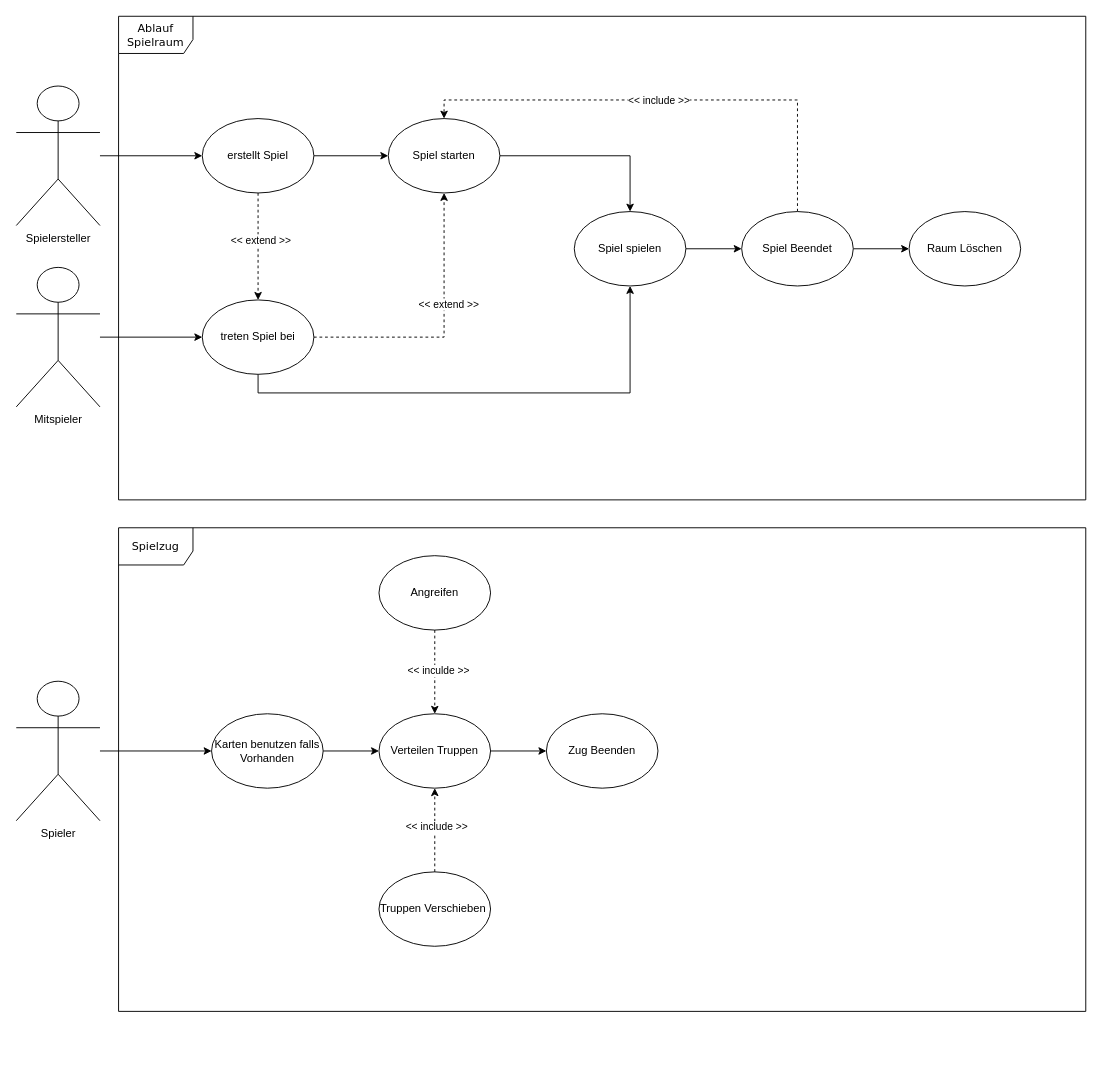
This is SoftwareEngineeringStuff/UseCaseDiagramm/UseCaseDiagramm.drawio from Matthiasbit/caesars-gambit, a draw.io file, before an edit. Source tidied: cells renumbered, new cells numbered last; positions are measured from the earlier drawing's top-left corner, leaving out a move shared by most shapes. Both pictures are drawn from the tidied source at 93%, with x=0, y=0 at pixel (16, 16).
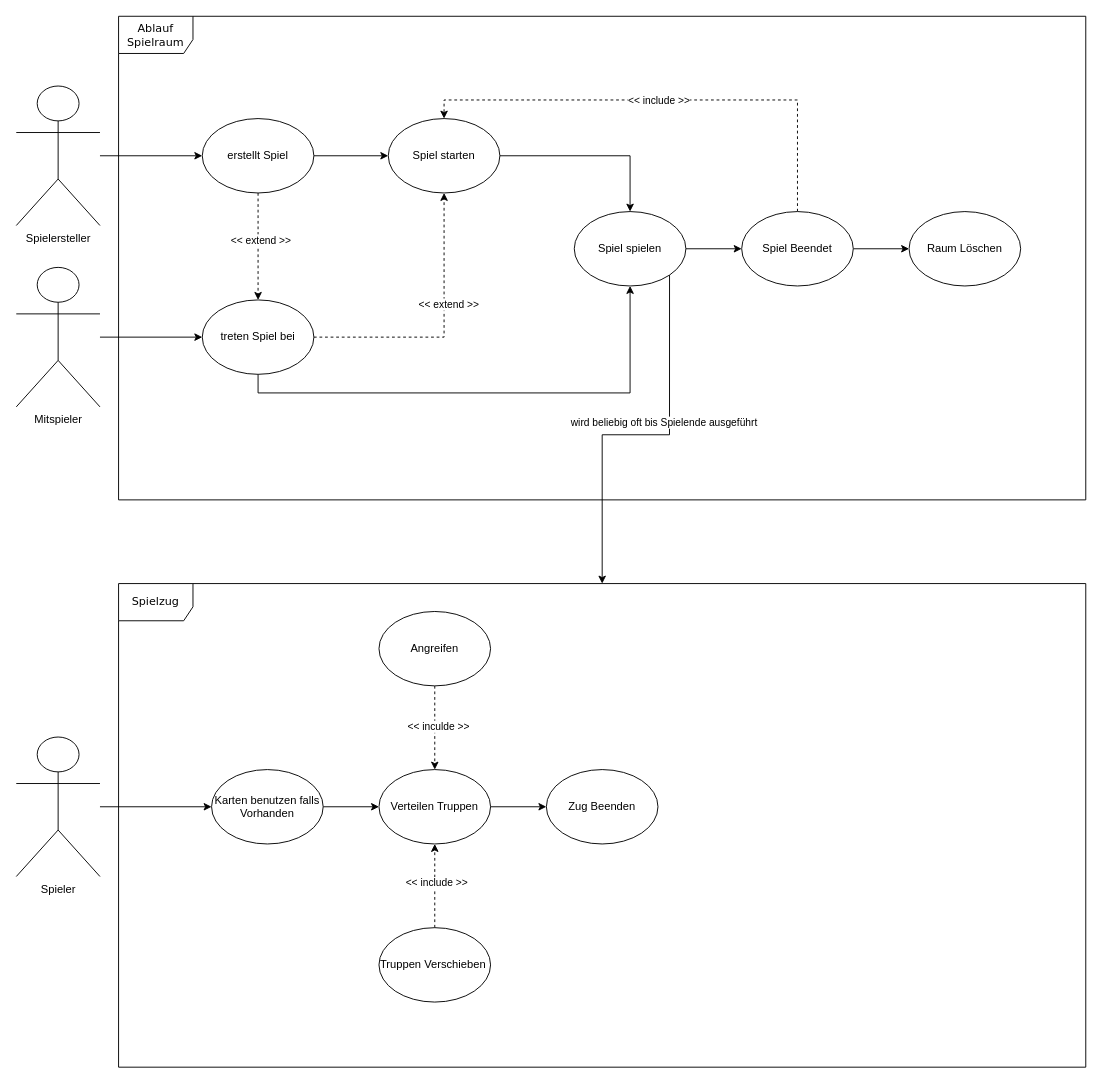
After the change.

Unchanged cells that the change refers to:
```xml
<mxCell id="18" value="Spiel spielen" style="ellipse;whiteSpace=wrap;html=1;" parent="1" vertex="1">
  <mxGeometry x="600" y="210" width="120" height="80" as="geometry" />
</mxCell>
```

What changed in the source:
```diff
@@
+    <mxCell id="38" style="edgeStyle=orthogonalEdgeStyle;rounded=0;jettySize=auto;html=1;exitX=1;exitY=1;exitDx=0;exitDy=0;" parent="1" edge="1" source="18" target="24">
+      <mxGeometry relative="1" as="geometry" />
+    </mxCell>
+    <mxCell id="39" value="wird beliebig oft bis Spielende ausgeführt&amp;nbsp;" style="edgeLabel;html=1;align=center;verticalAlign=middle;" parent="38" vertex="1">
+      <mxGeometry x="-0.22" y="-5" relative="1" as="geometry" />
+    </mxCell>
@@
     <mxCell id="24" value="Spielzug" style="shape=umlFrame;whiteSpace=wrap;html=1;rounded=1;shadow=0;comic=0;labelBackgroundColor=none;strokeWidth=1;fontFamily=Verdana;fontSize=12;align=center;width=80;height=40;" parent="1" vertex="1">
-      <mxGeometry x="110" y="550" width="1040" height="520" as="geometry" />
+      <mxGeometry x="110" y="610" width="1040" height="520" as="geometry" />
     </mxCell>
@@
     <mxCell id="26" value="Spieler" style="shape=umlActor;verticalLabelPosition=bottom;verticalAlign=top;html=1;" parent="1" vertex="1">
-      <mxGeometry y="715" width="90" height="150" as="geometry" />
+      <mxGeometry y="775" width="90" height="150" as="geometry" />
     </mxCell>
@@
     <mxCell id="28" value="Karten benutzen falls Vorhanden" style="ellipse;whiteSpace=wrap;html=1;" parent="1" vertex="1">
-      <mxGeometry x="210" y="750" width="120" height="80" as="geometry" />
+      <mxGeometry x="210" y="810" width="120" height="80" as="geometry" />
     </mxCell>
@@
     <mxCell id="30" value="Verteilen Truppen" style="ellipse;whiteSpace=wrap;html=1;" parent="1" vertex="1">
-      <mxGeometry x="390" y="750" width="120" height="80" as="geometry" />
+      <mxGeometry x="390" y="810" width="120" height="80" as="geometry" />
     </mxCell>
     <mxCell id="31" value="Zug Beenden" style="ellipse;whiteSpace=wrap;html=1;" parent="1" vertex="1">
-      <mxGeometry x="570" y="750" width="120" height="80" as="geometry" />
+      <mxGeometry x="570" y="810" width="120" height="80" as="geometry" />
     </mxCell>
@@
     <mxCell id="34" value="Truppen Verschieben&amp;nbsp;" style="ellipse;whiteSpace=wrap;html=1;" parent="1" vertex="1">
-      <mxGeometry x="390" y="920" width="120" height="80" as="geometry" />
+      <mxGeometry x="390" y="980" width="120" height="80" as="geometry" />
     </mxCell>
     <mxCell id="35" style="edgeStyle=orthogonalEdgeStyle;rounded=0;jettySize=auto;html=1;exitX=0.5;exitY=1;exitDx=0;exitDy=0;dashed=1;" parent="1" edge="1" source="37">
       <mxGeometry relative="1" as="geometry">
-        <mxPoint x="450" y="750" as="targetPoint" />
+        <mxPoint x="450" y="810" as="targetPoint" />
       </mxGeometry>
     </mxCell>
@@
     <mxCell id="37" value="Angreifen" style="ellipse;whiteSpace=wrap;html=1;" parent="1" vertex="1">
-      <mxGeometry x="390" y="580" width="120" height="80" as="geometry" />
+      <mxGeometry x="390" y="640" width="120" height="80" as="geometry" />
     </mxCell>
```
